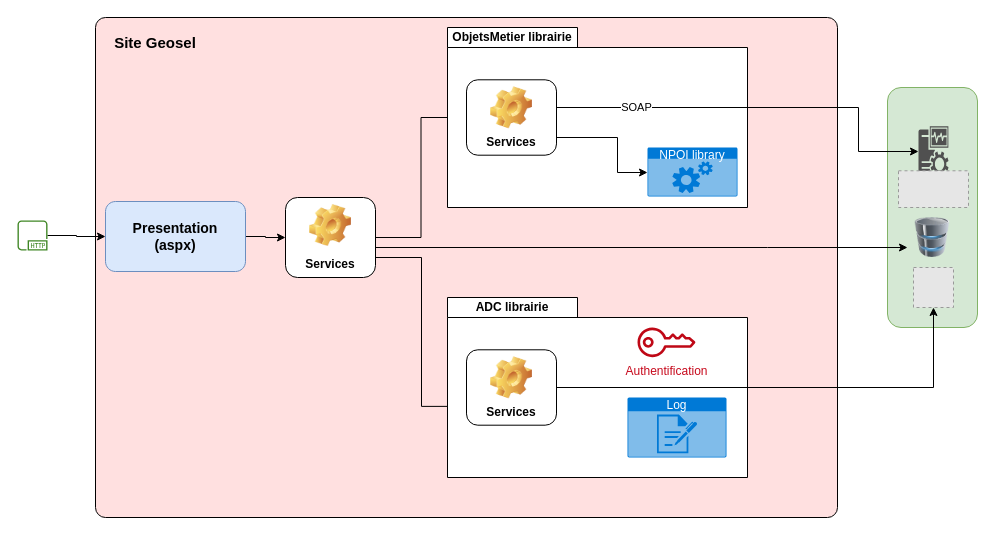
Earlier version of the draw.io diagram src/capgemini_project.drawio (tounoussiKhalid/SPI-REFERENCE). Source tidied: cells renumbered, new cells numbered last; positions are measured from the earlier drawing's top-left corner, leaving out a move shared by most shapes. Both pictures are drawn from the tidied source at 100%, with x=0, y=0 at pixel (17, 17). Pictures stored in the file or linked from it are replaced by grey dashed boxes.
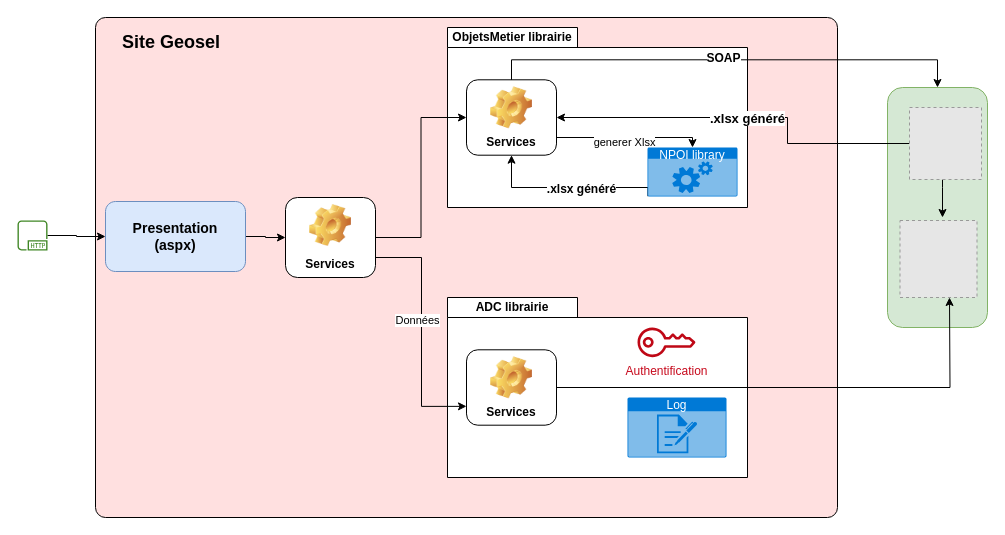
The same page after the edit.

Commit message:
Mettre à jour capgemini_project.drawio

The change refers to these unchanged cells:
```xml
<mxCell id="7" value="Services" style="label;whiteSpace=wrap;html=1;align=center;verticalAlign=bottom;spacingLeft=0;spacingBottom=4;imageAlign=center;imageVerticalAlign=top;image=img/clipart/Gear_128x128.png;" parent="1" vertex="1">
  <mxGeometry x="268" y="180" width="90" height="80" as="geometry" />
</mxCell>
<mxCell id="11" value="ObjetsMetier librairie" style="shape=folder;fontStyle=1;tabWidth=130;tabHeight=20;tabPosition=left;html=1;boundedLbl=1;labelInHeader=1;whiteSpace=wrap;" parent="1" vertex="1">
  <mxGeometry x="430" y="10" width="300" height="180" as="geometry" />
</mxCell>
<mxCell id="14" value="Services" style="label;whiteSpace=wrap;html=1;align=center;verticalAlign=bottom;spacingLeft=0;spacingBottom=4;imageAlign=center;imageVerticalAlign=top;image=img/clipart/Gear_128x128.png;" parent="11" vertex="1">
  <mxGeometry x="19" y="52.3" width="90" height="75.4" as="geometry" />
</mxCell>
<mxCell id="15" value="NPOI library" style="html=1;whiteSpace=wrap;strokeColor=none;fillColor=#0079D6;labelPosition=center;verticalLabelPosition=middle;verticalAlign=top;align=center;fontSize=12;outlineConnect=0;spacingTop=-6;fontColor=#FFFFFF;sketch=0;shape=mxgraph.sitemap.services;" parent="11" vertex="1">
  <mxGeometry x="200" y="120" width="90" height="49" as="geometry" />
</mxCell>
<mxCell id="23" value="Services" style="label;whiteSpace=wrap;html=1;align=center;verticalAlign=bottom;spacingLeft=0;spacingBottom=4;imageAlign=center;imageVerticalAlign=top;image=img/clipart/Gear_128x128.png;" parent="21" vertex="1">
  <mxGeometry x="19" y="52.3" width="90" height="75.4" as="geometry" />
</mxCell>
```

Change to the diagram source:
```diff
@@
     <mxCell id="2" style="rounded=1;whiteSpace=wrap;html=1;fillColor=#d5e8d4;strokeColor=#82b366;" parent="1" vertex="1">
-      <mxGeometry x="870" y="70" width="90" height="240" as="geometry" />
+      <mxGeometry x="870" y="70" width="100" height="240" as="geometry" />
     </mxCell>
@@
-    <mxCell id="4" style="edgeStyle=orthogonalEdgeStyle;rounded=0;jettySize=auto;html=1;entryX=0;entryY=0.5;entryDx=0;entryDy=0;" parent="1" edge="1" source="7" target="14">
-      <mxGeometry relative="1" as="geometry" />
-    </mxCell>
-    <mxCell id="5" style="edgeStyle=orthogonalEdgeStyle;rounded=0;jettySize=auto;html=1;" parent="1" edge="1" source="7" target="18">
-      <mxGeometry relative="1" as="geometry">
-        <Array as="points">
-          <mxPoint x="750" y="230" />
-          <mxPoint x="750" y="230" />
-        </Array>
-      </mxGeometry>
-    </mxCell>
-    <mxCell id="6" style="edgeStyle=orthogonalEdgeStyle;rounded=0;jettySize=auto;html=1;entryX=0;entryY=0.75;entryDx=0;entryDy=0;" parent="1" edge="1" source="7" target="23">
-      <mxGeometry relative="1" as="geometry">
-        <Array as="points">
-          <mxPoint x="404" y="240" />
-          <mxPoint x="404" y="389" />
-        </Array>
-      </mxGeometry>
-    </mxCell>
@@
-    <mxCell id="13" style="edgeStyle=orthogonalEdgeStyle;rounded=0;jettySize=auto;html=1;" parent="11" edge="1" source="14" target="15">
+    <mxCell id="13" style="edgeStyle=orthogonalEdgeStyle;rounded=0;jettySize=auto;html=1;entryX=0.5;entryY=0;entryDx=0;entryDy=0;entryPerimeter=0;" parent="11" edge="1" source="14" target="15">
       <mxGeometry relative="1" as="geometry">
         <Array as="points">
-          <mxPoint x="170" y="110" />
-          <mxPoint x="170" y="145" />
+          <mxPoint x="245" y="110" />
         </Array>
       </mxGeometry>
     </mxCell>
+    <mxCell id="31" value="generer Xlsx" style="edgeLabel;html=1;align=center;verticalAlign=middle;" parent="13" vertex="1">
+      <mxGeometry x="-0.1" y="-4" relative="1" as="geometry">
+        <mxPoint x="1" as="offset" />
+      </mxGeometry>
+    </mxCell>
@@
+    <mxCell id="32" style="edgeStyle=orthogonalEdgeStyle;rounded=0;jettySize=auto;html=1;exitX=0.005;exitY=0.995;exitDx=0;exitDy=0;exitPerimeter=0;entryX=0.5;entryY=1;entryDx=0;entryDy=0;" parent="11" edge="1" source="15" target="14">
+      <mxGeometry relative="1" as="geometry">
+        <Array as="points">
+          <mxPoint x="200" y="160" />
+          <mxPoint x="64" y="160" />
+        </Array>
+      </mxGeometry>
+    </mxCell>
+    <mxCell id="33" value="&lt;font style=&quot;font-size: 12px;&quot;&gt;&lt;b&gt;.xlsx généré&lt;/b&gt;&lt;/font&gt;" style="edgeLabel;html=1;align=center;verticalAlign=middle;" parent="32" vertex="1">
+      <mxGeometry x="-0.13" y="6" relative="1" as="geometry">
+        <mxPoint x="1" y="-5" as="offset" />
+      </mxGeometry>
+    </mxCell>
@@
-    <mxCell id="16" value="Site Geosel" style="text;html=1;strokeColor=none;fillColor=none;align=center;verticalAlign=middle;whiteSpace=wrap;rounded=0;fontSize=15;fontStyle=1;" parent="1" vertex="1">
-      <mxGeometry x="88" y="10" width="100" height="30" as="geometry" />
+    <mxCell id="16" value="&lt;font style=&quot;font-size: 18px;&quot;&gt;Site Geosel&lt;/font&gt;" style="text;html=1;strokeColor=none;fillColor=none;align=center;verticalAlign=middle;whiteSpace=wrap;rounded=0;fontSize=15;fontStyle=1;" parent="1" vertex="1">
+      <mxGeometry x="88" y="10" width="132" height="30" as="geometry" />
     </mxCell>
     <mxCell id="17" style="fillColor=#E6E6E6;strokeColor=#999999;dashed=1;verticalLabelPosition=bottom;labelBackgroundColor=default;verticalAlign=top;" parent="1" vertex="1">
-      <mxGeometry x="896" y="250" width="40" height="40" as="geometry" />
+      <mxGeometry x="882.5" y="203" width="77" height="77" as="geometry" />
     </mxCell>
-    <mxCell id="18" style="image;html=1;image=img/lib/clip_art/computers/Database_128x128.png;" parent="1" vertex="1">
-      <mxGeometry x="890" y="200" width="50" height="40" as="geometry" />
-    </mxCell>
@@
-    <mxCell id="26" style="edgeStyle=orthogonalEdgeStyle;rounded=0;jettySize=auto;html=1;entryX=0.5;entryY=1;entryDx=0;entryDy=0;" parent="1" edge="1" source="23" target="17">
-      <mxGeometry relative="1" as="geometry" />
+    <mxCell id="26" style="edgeStyle=orthogonalEdgeStyle;rounded=0;jettySize=auto;html=1;entryX=0.5;entryY=1;entryDx=0;entryDy=0;exitX=1;exitY=0.5;exitDx=0;exitDy=0;" parent="1" edge="1" source="23">
+      <mxGeometry relative="1" as="geometry">
+        <mxPoint x="932" y="280" as="targetPoint" />
+      </mxGeometry>
     </mxCell>
-    <mxCell id="27" style="sketch=0;shadow=0;dashed=0;html=1;strokeColor=none;fillColor=#505050;labelPosition=center;verticalLabelPosition=bottom;verticalAlign=top;outlineConnect=0;align=center;shape=mxgraph.office.servers.monitoring_sql_reporting_services;" parent="1" vertex="1">
-      <mxGeometry x="901" y="108.7" width="30" height="50.4" as="geometry" />
-    </mxCell>
-    <mxCell id="28" style="edgeStyle=orthogonalEdgeStyle;rounded=0;jettySize=auto;html=1;exitX=1;exitY=0.5;exitDx=0;exitDy=0;" parent="1" edge="1" source="14" target="27">
-      <mxGeometry relative="1" as="geometry">
-        <Array as="points">
-          <mxPoint x="539" y="90" />
-          <mxPoint x="841" y="90" />
-          <mxPoint x="841" y="134" />
-        </Array>
-      </mxGeometry>
-    </mxCell>
+    <mxCell id="34" style="edgeStyle=orthogonalEdgeStyle;rounded=0;jettySize=auto;html=1;" parent="1" edge="1" source="37">
+      <mxGeometry relative="1" as="geometry">
+        <mxPoint x="925" y="200" as="targetPoint" />
+        <Array as="points">
+          <mxPoint x="925" y="170" />
+          <mxPoint x="925" y="170" />
+        </Array>
+      </mxGeometry>
+    </mxCell>
+    <mxCell id="35" style="edgeStyle=orthogonalEdgeStyle;rounded=0;jettySize=auto;html=1;exitX=0;exitY=0.5;exitDx=0;exitDy=0;entryX=1;entryY=0.5;entryDx=0;entryDy=0;" parent="1" edge="1" source="37" target="14">
+      <mxGeometry relative="1" as="geometry">
+        <Array as="points">
+          <mxPoint x="770" y="126" />
+          <mxPoint x="770" y="100" />
+        </Array>
+      </mxGeometry>
+    </mxCell>
+    <mxCell id="36" value="&lt;font size=&quot;1&quot; style=&quot;&quot;&gt;&lt;b style=&quot;font-size: 13px;&quot;&gt;.xlsx généré&lt;/b&gt;&lt;/font&gt;" style="edgeLabel;html=1;align=center;verticalAlign=middle;" parent="35" vertex="1">
+      <mxGeometry x="-0.1" relative="1" as="geometry">
+        <mxPoint x="-18" as="offset" />
+      </mxGeometry>
+    </mxCell>
+    <mxCell id="37" style="fillColor=#E6E6E6;strokeColor=#999999;dashed=1;verticalLabelPosition=bottom;labelBackgroundColor=default;verticalAlign=top;" parent="1" vertex="1">
+      <mxGeometry x="892" y="90" width="72" height="72" as="geometry" />
+    </mxCell>
+    <mxCell id="38" style="edgeStyle=orthogonalEdgeStyle;rounded=0;jettySize=auto;html=1;exitX=0.5;exitY=0;exitDx=0;exitDy=0;entryX=0.5;entryY=0;entryDx=0;entryDy=0;" parent="1" edge="1" source="14" target="2">
+      <mxGeometry relative="1" as="geometry" />
+    </mxCell>
-    <mxCell id="29" value="SOAP" style="edgeLabel;html=1;align=center;verticalAlign=middle;" parent="28" vertex="1">
-      <mxGeometry x="-0.57" y="1" relative="1" as="geometry" />
+    <mxCell id="29" value="&lt;font style=&quot;font-size: 12px;&quot;&gt;&lt;b&gt;SOAP&lt;/b&gt;&lt;/font&gt;" style="edgeLabel;html=1;align=center;verticalAlign=middle;" parent="38" vertex="1">
+      <mxGeometry x="-0.03" y="2" relative="1" as="geometry">
+        <mxPoint x="1" as="offset" />
+      </mxGeometry>
     </mxCell>
-    <mxCell id="30" style="fillColor=#E6E6E6;strokeColor=#999999;dashed=1;verticalLabelPosition=bottom;labelBackgroundColor=default;verticalAlign=top;" parent="1" vertex="1">
-      <mxGeometry x="881" y="153.3" width="70" height="36.7" as="geometry" />
-    </mxCell>
+    <mxCell id="6" style="edgeStyle=orthogonalEdgeStyle;rounded=0;jettySize=auto;html=1;entryX=0;entryY=0.75;entryDx=0;entryDy=0;" parent="1" edge="1" source="7" target="23">
+      <mxGeometry relative="1" as="geometry">
+        <Array as="points">
+          <mxPoint x="404" y="240" />
+          <mxPoint x="404" y="389" />
+        </Array>
+      </mxGeometry>
+    </mxCell>
+    <mxCell id="39" value="Données" style="edgeLabel;html=1;align=center;verticalAlign=middle;" parent="6" vertex="1">
+      <mxGeometry x="-0.09" y="-5" relative="1" as="geometry">
+        <mxPoint y="-1" as="offset" />
+      </mxGeometry>
+    </mxCell>
+    <mxCell id="4" style="edgeStyle=orthogonalEdgeStyle;rounded=0;jettySize=auto;html=1;exitX=1;exitY=0.5;exitDx=0;exitDy=0;entryX=0;entryY=0.5;entryDx=0;entryDy=0;" parent="1" edge="1" source="7" target="14">
+      <mxGeometry relative="1" as="geometry" />
+    </mxCell>
```
